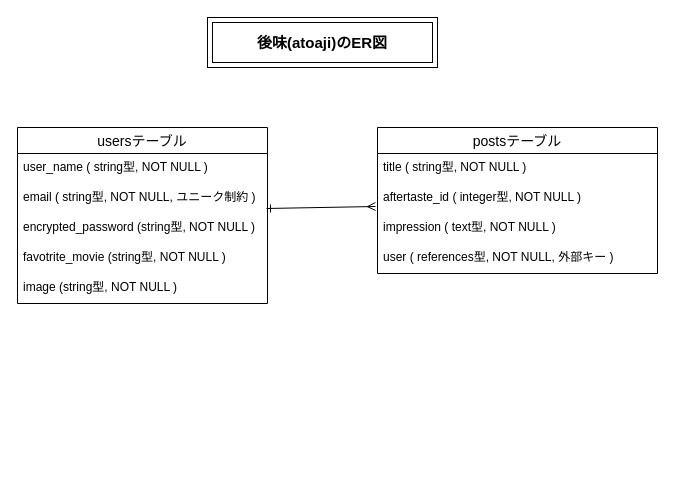
Before: ER.dio in figsday/atoaji, a draw.io diagram. Source tidied: cells renumbered, new cells numbered last; positions are measured from the earlier drawing's top-left corner, leaving out a move shared by most shapes. Both pictures are drawn from the tidied source at 100%, with x=0, y=0 at pixel (17, 17).
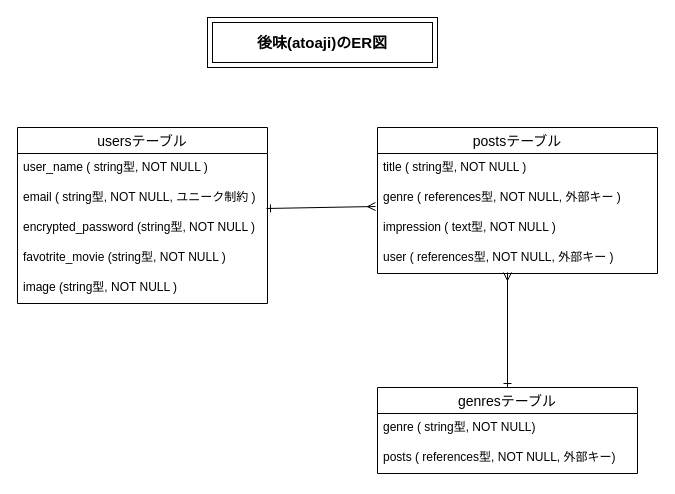
The same diagram, later.

Commit message (it also covers changes not shown here):
テーブル設計修正

The change refers to these unchanged cells:
```xml
<mxCell id="8" value="postsテーブル" style="swimlane;fontStyle=0;horizontal=1;startSize=26;align=center;fontSize=14;" parent="1" vertex="1">
  <mxGeometry x="360" y="110" width="280" height="146" as="geometry" />
</mxCell>
```

Diff of the diagram source:
```diff
@@
-    <mxCell id="10" value="aftertaste_id ( integer型, NOT NULL )" style="text;strokeColor=none;fillColor=none;spacingLeft=4;spacingRight=4;overflow=hidden;fontSize=12;" parent="8" vertex="1">
+    <mxCell id="10" value="genre ( references型, NOT NULL, 外部キー )" style="text;strokeColor=none;fillColor=none;spacingLeft=4;spacingRight=4;overflow=hidden;fontSize=12;" parent="8" vertex="1">
       <mxGeometry y="56" width="280" height="30" as="geometry" />
     </mxCell>
@@
+    <mxCell id="15" style="edgeStyle=none;rounded=0;jettySize=auto;html=1;exitX=0.5;exitY=0;exitDx=0;exitDy=0;fontSize=15;startArrow=ERone;startFill=0;endArrow=ERmany;endFill=0;" parent="1" edge="1" source="16">
+      <mxGeometry relative="1" as="geometry">
+        <mxPoint x="490" y="255" as="targetPoint" />
+      </mxGeometry>
+    </mxCell>
+    <mxCell id="16" value="genresテーブル" style="swimlane;fontStyle=0;horizontal=1;startSize=26;align=center;fontSize=14;" parent="1" vertex="1">
+      <mxGeometry x="360" y="370" width="260" height="86" as="geometry" />
+    </mxCell>
+    <mxCell id="17" value="genre ( string型, NOT NULL)" style="text;strokeColor=none;fillColor=none;spacingLeft=4;spacingRight=4;overflow=hidden;fontSize=12;" parent="16" vertex="1">
+      <mxGeometry y="26" width="260" height="30" as="geometry" />
+    </mxCell>
+    <mxCell id="18" value="posts ( references型, NOT NULL, 外部キー)" style="text;strokeColor=none;fillColor=none;spacingLeft=4;spacingRight=4;overflow=hidden;fontSize=12;" parent="16" vertex="1">
+      <mxGeometry y="56" width="260" height="30" as="geometry" />
+    </mxCell>
```
